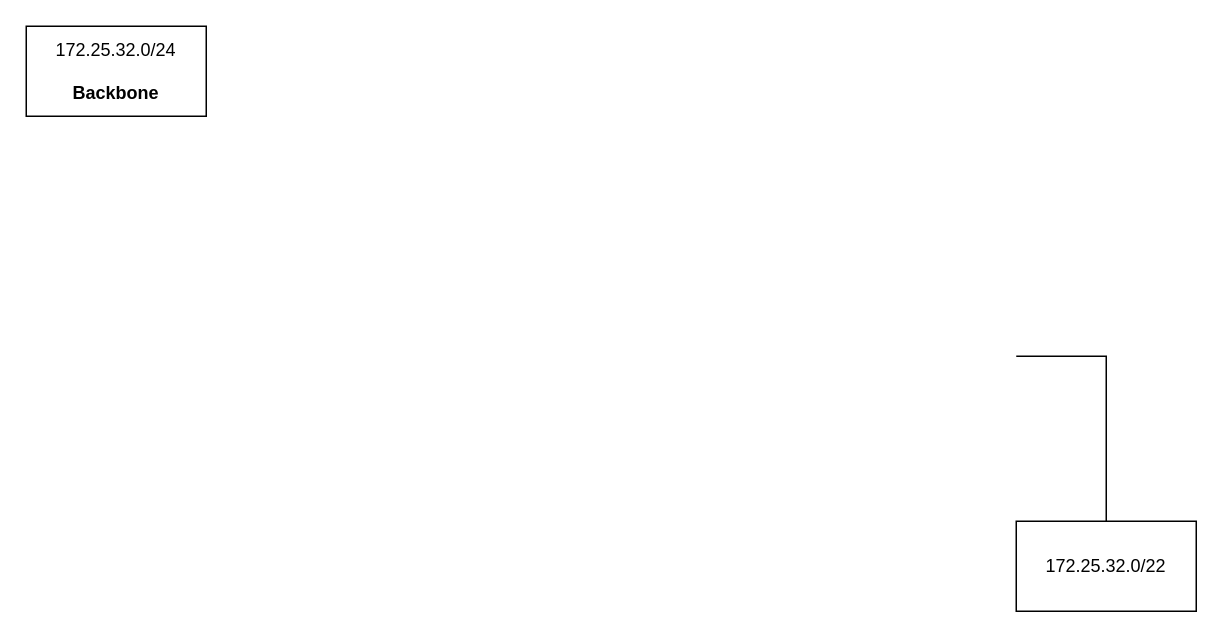
The draw.io diagram doc/sprint2/1221083/images/Backbone_IPV4.drawio in demonxblaze/RCOMP-ISEP, before the edit. Source tidied: cells renumbered, new cells numbered last; positions are measured from the earlier drawing's top-left corner, leaving out a move shared by most shapes. Both pictures are drawn from the tidied source at 150%, with x=0, y=0 at pixel (26, 26).
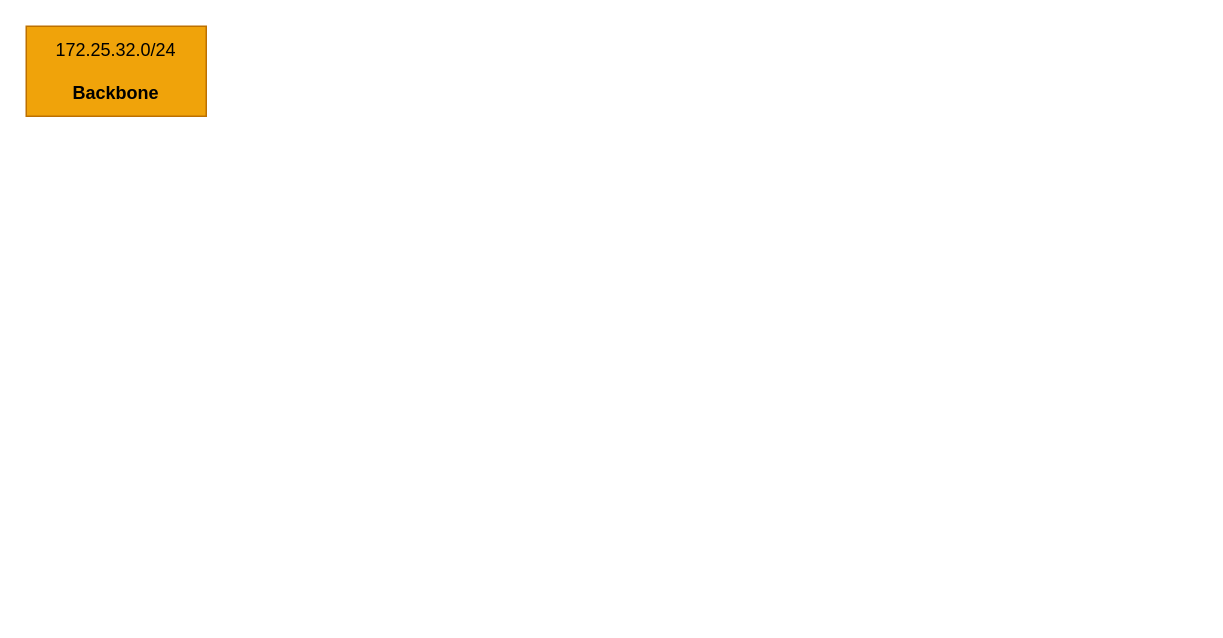
After the change.

Commit message (it also covers changes not shown here):
Added IPv4 diagrams and updated VLAN name in VLAN-IPv4 table/database

What changed in the source:
```diff
@@
 <mxGraphModel>
   <root>
     <mxCell id="0" />
     <mxCell id="1" parent="0" />
-    <mxCell id="2" value="172.25.32.0/22" style="rounded=0;whiteSpace=wrap;html=1;" parent="1" vertex="1">
-      <mxGeometry x="660" y="330" width="120" height="60" as="geometry" />
-    </mxCell>
-    <mxCell id="3" style="endArrow=none;html=1;rounded=0;entryX=1;entryY=0.5;entryDx=0;entryDy=0;edgeStyle=orthogonalEdgeStyle;exitX=0.5;exitY=0;exitDx=0;exitDy=0;" parent="1" edge="1" source="2">
-      <mxGeometry relative="1" as="geometry">
-        <mxPoint x="660" y="220" as="targetPoint" />
-        <Array as="points">
-          <mxPoint x="720" y="220" />
-        </Array>
-      </mxGeometry>
-    </mxCell>
-    <mxCell id="4" value="172.25.32.0/24&lt;br&gt;&lt;br&gt;&lt;b&gt;Backbone&lt;/b&gt;" style="rounded=0;whiteSpace=wrap;html=1;" parent="1" vertex="1">
+    <mxCell id="4" value="172.25.32.0/24&lt;br&gt;&lt;br&gt;&lt;b&gt;Backbone&lt;/b&gt;" style="rounded=0;whiteSpace=wrap;html=1;fillColor=#f0a30a;fontColor=#000000;strokeColor=#BD7000;" parent="1" vertex="1">
       <mxGeometry width="120" height="60" as="geometry" />
     </mxCell>
   </root>
 </mxGraphModel>
```
